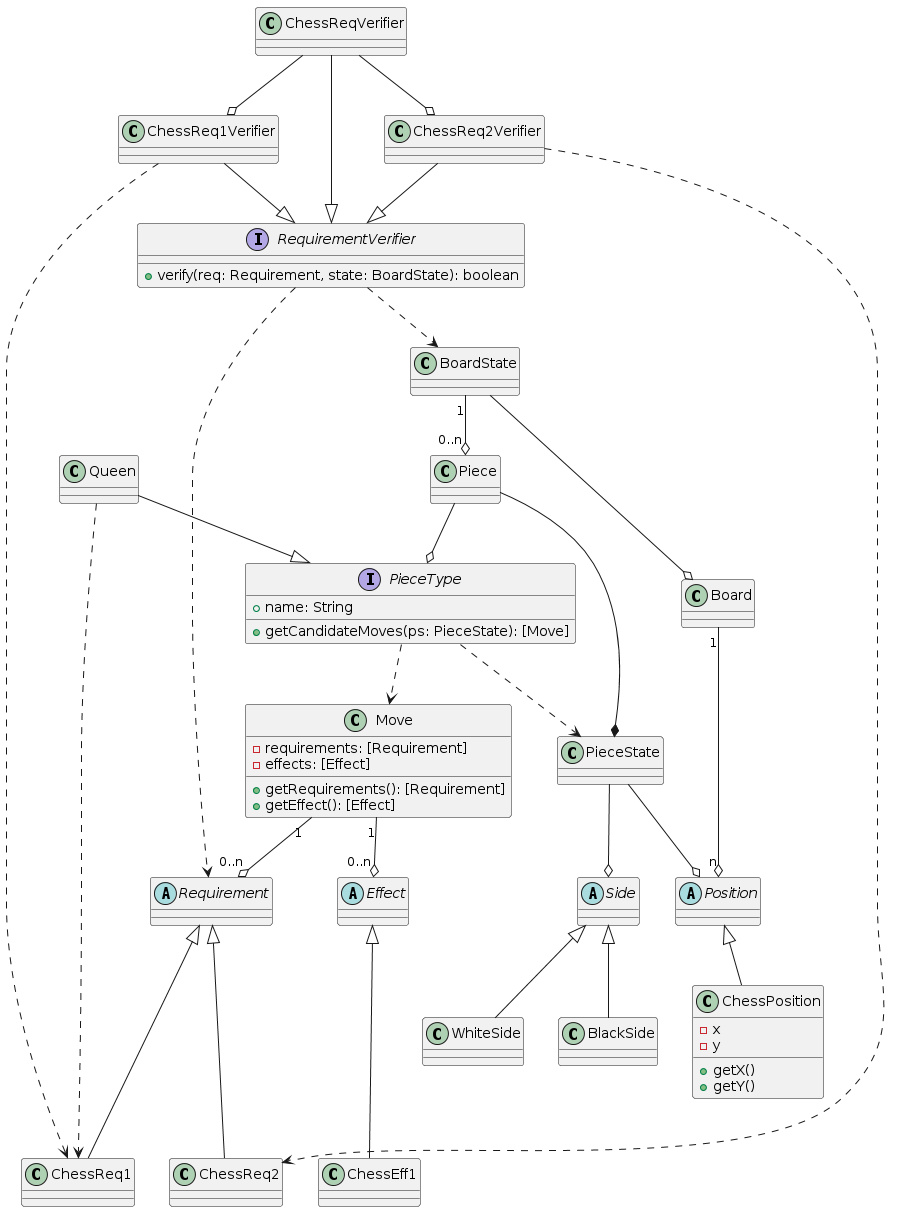
Above: doc/img/Class Design.png in hnd14/ChessBoard (PlantUML), before the change.
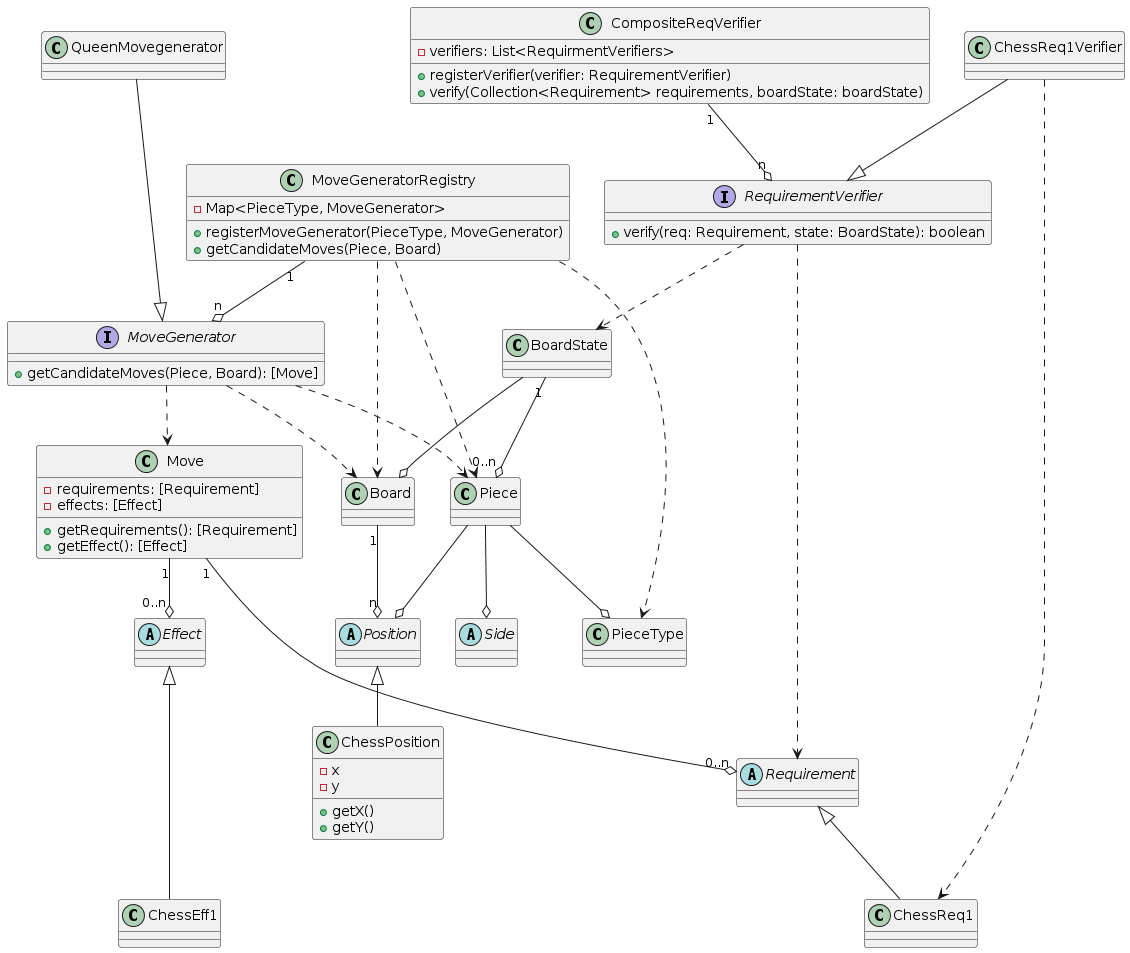
The same file after the commit.

Commit message:
Update class diagram

Change to the diagram source:
```diff
@@ -1,7 +1,6 @@
 @startuml Class Design
 abstract Requirement
 class ChessReq1
-class ChessReq2
 
 abstract Effect
 
@@ -12,8 +11,6 @@
     + getEffect(): [Effect]
 }
 
-class PieceState
-
 abstract Position
 class ChessPosition {
     - x
@@ -23,15 +20,19 @@
 }
 
 abstract Side
+interface MoveGenerator {
+    + getCandidateMoves(Piece, Board): [Move]
+}
 
-class BlackSide
-class WhiteSide
+class QueenMovegenerator {
 
-interface PieceType {
-    + name: String
-    + getCandidateMoves(ps: PieceState): [Move]
 }
-class Queen
+
+class MoveGeneratorRegistry {
+    - Map<PieceType, MoveGenerator>
+    + registerMoveGenerator(PieceType, MoveGenerator)
+    + getCandidateMoves(Piece, Board)
+}
 
 
 class BoardState {
@@ -41,10 +42,12 @@
 interface RequirementVerifier {
     + verify(req: Requirement, state: BoardState): boolean
 }
-class ChessReqVerifier
+class CompositeReqVerifier {
+    - verifiers: List<RequirmentVerifiers>
+    + registerVerifier(verifier: RequirementVerifier)
+    + verify(Collection<Requirement> requirements, boardState: boardState)
+}
 class ChessReq1Verifier
-class ChessReq2Verifier
-
 
 class Piece {
 
@@ -52,16 +55,20 @@
 
 class Board
 
-Move "1"-d-o "0..n" Requirement
 Move "1"-d-o "0..n" Effect
-PieceType .d.> Move
-PieceType .d.> PieceState
+Move "1"-d--o "0..n" Requirement
+MoveGeneratorRegistry "1" --o "n" MoveGenerator
+MoveGeneratorRegistry ..> PieceType
+MoveGeneratorRegistry ..> Piece
+MoveGeneratorRegistry ..> Board
 
+MoveGenerator ..> Piece
+MoveGenerator ..> Board
+MoveGenerator ..> Move
 
 Piece --o PieceType
-Piece -r-* PieceState
-PieceState --o Position
-PieceState --o Side
+Piece --o Position
+Piece --o Side
 
 Board "1"--o "n" Position
 
@@ -73,22 +80,16 @@
 
 
 
-ChessReq1 -u--|> Requirement
-ChessReq2 -u--|> Requirement
+ChessReq1 -u-|> Requirement
 
 ChessEff1 -u--|> Effect
-Queen -d-|> PieceType
-Queen ..> ChessReq1
 
-ChessReqVerifier -d-|> RequirementVerifier
+
 ChessReq1Verifier -d-|> RequirementVerifier
-ChessReq2Verifier -d-|> RequirementVerifier
-ChessReqVerifier -d-o ChessReq1Verifier
-ChessReqVerifier -d-o ChessReq2Verifier
-ChessReq1Verifier ..> ChessReq1
-ChessReq2Verifier ..> ChessReq2
+CompositeReqVerifier "1"-d-o "n" RequirementVerifier
+ChessReq1Verifier ......> ChessReq1
 ChessPosition -u-|> Position
 
-BlackSide -u-|> Side
-WhiteSide -u-|> Side
+QueenMovegenerator -d--|> MoveGenerator
+
 @enduml
```
